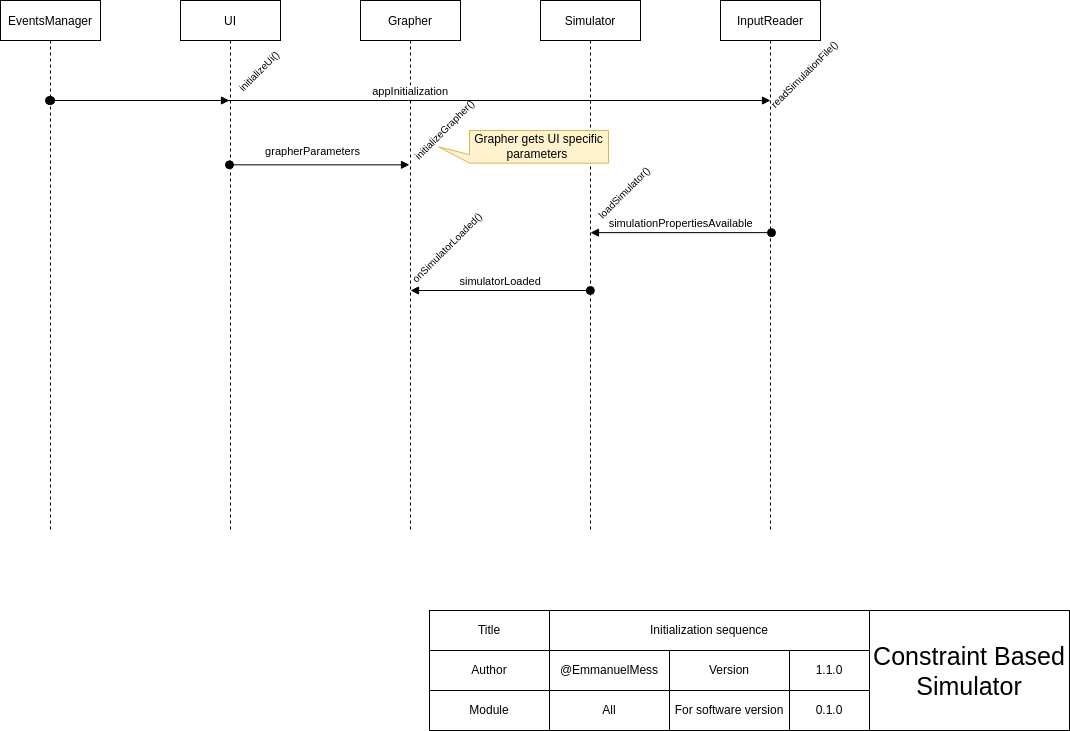
Above: design/diagrams/sequence/initialization sequence.png in EmmanuelMess/ConstraintBasedSimulator (draw.io), before the change. Source tidied: cells renumbered, new cells last; positions are measured from the earlier drawing's top-left corner, leaving out a move shared by most shapes.
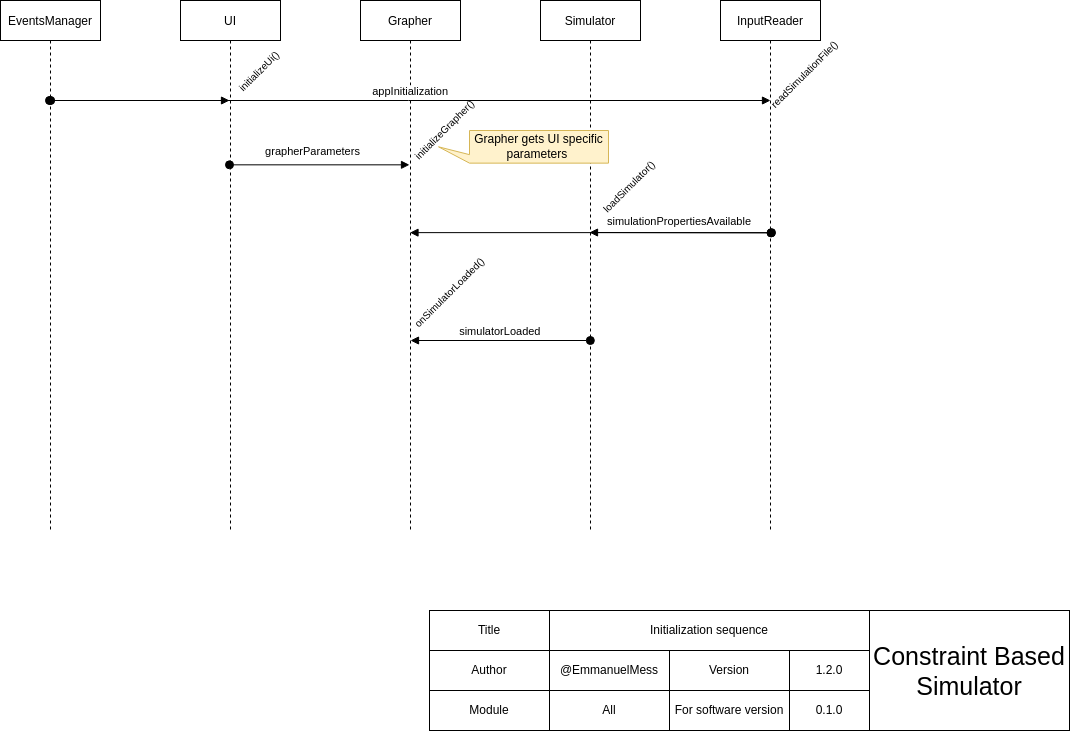
After the commit.

Diff of the diagram source:
```diff
@@ -11,20 +11,14 @@
     <mxCell id="4" value="Simulator" style="shape=umlLifeline;perimeter=lifelinePerimeter;rounded=0;shadow=0;strokeWidth=1;" parent="1" vertex="1">
       <mxGeometry x="540" width="100" height="530" as="geometry" />
     </mxCell>
-    <mxCell id="5" value="simulatorLoaded" style="verticalAlign=bottom;startArrow=oval;endArrow=block;startSize=8;shadow=0;strokeWidth=1;strokeColor=default;" parent="4" edge="1">
-      <mxGeometry relative="1" as="geometry">
-        <mxPoint x="49.8" y="290" as="sourcePoint" />
-        <mxPoint x="-130" y="290" as="targetPoint" />
-      </mxGeometry>
-    </mxCell>
     <mxCell id="6" value="&lt;span style=&quot;font-size: 10px;&quot;&gt;readSimulationFile()&lt;/span&gt;" style="text;html=1;strokeColor=none;fillColor=none;align=center;verticalAlign=middle;whiteSpace=wrap;rounded=0;rotation=-45;" parent="1" vertex="1">
       <mxGeometry x="761" y="59" width="85.9" height="30" as="geometry" />
     </mxCell>
     <mxCell id="7" value="&lt;span style=&quot;font-size: 10px;&quot;&gt;loadSimulator()&lt;/span&gt;" style="text;html=1;strokeColor=none;fillColor=none;align=center;verticalAlign=middle;whiteSpace=wrap;rounded=0;rotation=-45;" parent="1" vertex="1">
-      <mxGeometry x="583.4" y="176.6" width="81" height="30" as="geometry" />
+      <mxGeometry x="581.3" y="171.5" width="95.6" height="30" as="geometry" />
     </mxCell>
     <mxCell id="8" value="&lt;font style=&quot;font-size: 10px;&quot;&gt;onSimulatorLoaded()&lt;/font&gt;" style="text;html=1;strokeColor=none;fillColor=none;align=center;verticalAlign=middle;whiteSpace=wrap;rounded=0;rotation=-45;" parent="1" vertex="1">
-      <mxGeometry x="396.1" y="232.4" width="102" height="30" as="geometry" />
+      <mxGeometry x="398" y="277" width="102" height="30" as="geometry" />
     </mxCell>
     <mxCell id="9" value="Title" style="rounded=0;whiteSpace=wrap;html=1;" parent="1" vertex="1">
       <mxGeometry x="429" y="610" width="120" height="40" as="geometry" />
@@ -50,7 +44,7 @@
     <mxCell id="16" value="&lt;font style=&quot;font-size: 25px;&quot;&gt;Constraint Based Simulator&lt;/font&gt;" style="rounded=0;whiteSpace=wrap;html=1;" parent="1" vertex="1">
       <mxGeometry x="869" y="610" width="200" height="120" as="geometry" />
     </mxCell>
-    <mxCell id="17" value="1.1.0" style="rounded=0;whiteSpace=wrap;html=1;" parent="1" vertex="1">
+    <mxCell id="17" value="1.2.0" style="rounded=0;whiteSpace=wrap;html=1;" parent="1" vertex="1">
       <mxGeometry x="789" y="650" width="80" height="40" as="geometry" />
     </mxCell>
     <mxCell id="18" value="For software version" style="rounded=0;whiteSpace=wrap;html=1;" parent="1" vertex="1">
@@ -80,8 +74,8 @@
     <mxCell id="24" value="&lt;font style=&quot;font-size: 10px;&quot;&gt;initializeUi()&lt;/font&gt;" style="text;html=1;strokeColor=none;fillColor=none;align=center;verticalAlign=middle;whiteSpace=wrap;rounded=0;rotation=-45;" parent="1" vertex="1">
       <mxGeometry x="224.8" y="55.7" width="67" height="30" as="geometry" />
     </mxCell>
-    <mxCell id="25" value="simulationPropertiesAvailable" style="verticalAlign=bottom;startArrow=oval;endArrow=block;startSize=8;shadow=0;strokeWidth=1;exitX=0.51;exitY=0.438;exitDx=0;exitDy=0;exitPerimeter=0;" parent="1" edge="1" source="20" target="4">
-      <mxGeometry relative="1" as="geometry" />
+    <mxCell id="25" value="simulationPropertiesAvailable" style="verticalAlign=bottom;startArrow=oval;endArrow=block;startSize=8;shadow=0;strokeWidth=1;exitX=0.51;exitY=0.438;exitDx=0;exitDy=0;exitPerimeter=0;" parent="1" edge="1" source="20" target="3">
+      <mxGeometry x="-0.49" y="-2" relative="1" as="geometry" />
     </mxCell>
     <mxCell id="26" style="verticalAlign=bottom;startArrow=oval;endArrow=block;startSize=8;shadow=0;strokeWidth=1;" parent="1" edge="1">
       <mxGeometry relative="1" as="geometry">
@@ -100,5 +94,17 @@
     <mxCell id="29" value="Grapher gets UI specific parameters&amp;nbsp;" style="shape=callout;whiteSpace=wrap;html=1;perimeter=calloutPerimeter;direction=south;size=31;position=0.74;fillColor=#fff2cc;strokeColor=#d6b656;" parent="1" vertex="1">
       <mxGeometry x="438" y="130" width="170" height="32.6" as="geometry" />
     </mxCell>
+    <mxCell id="30" style="verticalAlign=bottom;startArrow=oval;endArrow=block;startSize=8;shadow=0;strokeWidth=1;exitX=0.51;exitY=0.438;exitDx=0;exitDy=0;exitPerimeter=0;" parent="1" edge="1">
+      <mxGeometry relative="1" as="geometry">
+        <mxPoint x="770.5" y="232.4" as="sourcePoint" />
+        <mxPoint x="589" y="232" as="targetPoint" />
+      </mxGeometry>
+    </mxCell>
+    <mxCell id="5" value="simulatorLoaded" style="verticalAlign=bottom;startArrow=oval;endArrow=block;startSize=8;shadow=0;strokeWidth=1;strokeColor=default;" parent="1" edge="1">
+      <mxGeometry relative="1" as="geometry">
+        <mxPoint x="589.8" y="340" as="sourcePoint" />
+        <mxPoint x="410" y="340" as="targetPoint" />
+      </mxGeometry>
+    </mxCell>
   </root>
 </mxGraphModel>
```
